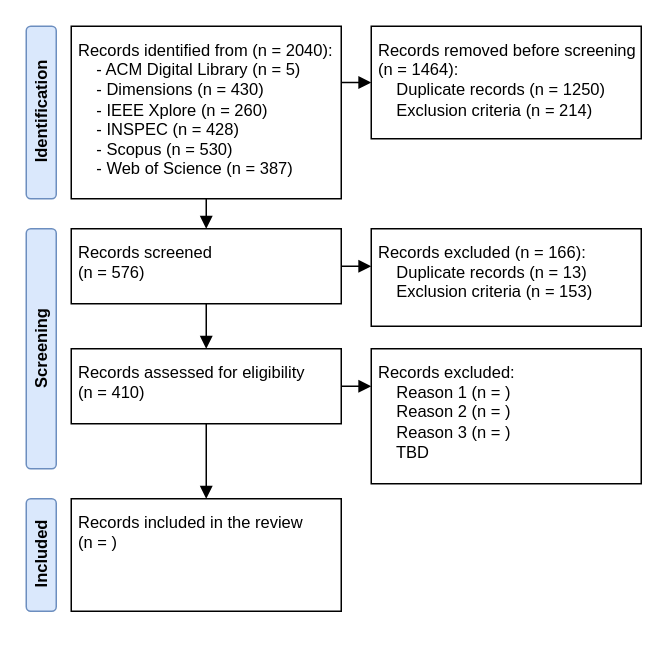
The draw.io diagram doc/diagrams/slr-ltlm-mr.drawio in sousarbarb/slr-ltlm-mr, before the edit. Source tidied: cells renumbered, new cells numbered last; positions are measured from the earlier drawing's top-left corner, leaving out a move shared by most shapes. Both pictures are drawn from the tidied source at 150%, with x=0, y=0 at pixel (-80, 26).
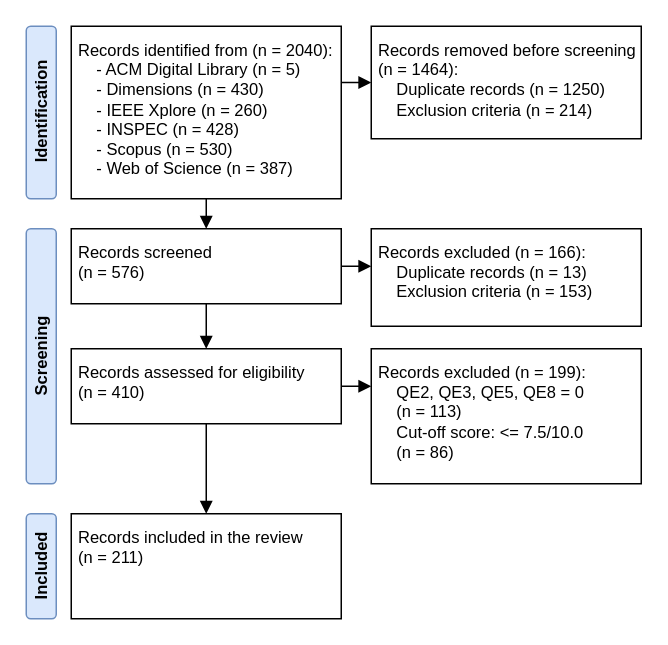
After the change.

The edit, as a diff of the source:
```diff
@@
 <mxGraphModel>
   <root>
     <mxCell id="0" />
     <mxCell id="1" parent="0" />
     <mxCell id="2" value="&lt;b style=&quot;font-size: 11px;&quot;&gt;Identification&lt;/b&gt;" style="rounded=1;whiteSpace=wrap;html=1;rotation=-90;fontSize=11;fillColor=#dae8fc;strokeColor=#6c8ebf;" parent="1" vertex="1">
       <mxGeometry x="22.5" y="47.5" width="115" height="20" as="geometry" />
     </mxCell>
     <mxCell id="3" style="edgeStyle=orthogonalEdgeStyle;rounded=0;jettySize=auto;html=1;exitX=0.5;exitY=1;exitDx=0;exitDy=0;entryX=0.5;entryY=0;entryDx=0;entryDy=0;fontSize=11;endArrow=block;endFill=1;" parent="1" edge="1" source="4" target="9">
       <mxGeometry relative="1" as="geometry" />
     </mxCell>
     <mxCell id="4" value="Records identified from (n = 2040):&lt;br style=&quot;font-size: 11px&quot;&gt;&amp;nbsp; &amp;nbsp; - ACM Digital Library (n = 5)&lt;br style=&quot;font-size: 11px&quot;&gt;&amp;nbsp; &amp;nbsp; - Dimensions (n = 430)&lt;br style=&quot;font-size: 11px&quot;&gt;&amp;nbsp; &amp;nbsp; - IEEE Xplore (n = 260)&lt;br style=&quot;font-size: 11px&quot;&gt;&amp;nbsp; &amp;nbsp; - INSPEC (n = 428)&lt;br style=&quot;font-size: 11px&quot;&gt;&amp;nbsp; &amp;nbsp; - Scopus (n = 530)&lt;br style=&quot;font-size: 11px&quot;&gt;&amp;nbsp; &amp;nbsp; - Web of Science (n = 387)" style="rounded=0;whiteSpace=wrap;html=1;align=left;spacing=5;fontSize=11;verticalAlign=top;" parent="1" vertex="1">
       <mxGeometry x="100" width="180" height="115" as="geometry" />
     </mxCell>
     <mxCell id="5" style="edgeStyle=orthogonalEdgeStyle;rounded=0;jettySize=auto;html=1;exitX=0;exitY=0.5;exitDx=0;exitDy=0;entryX=1;entryY=0.326;entryDx=0;entryDy=0;entryPerimeter=0;startArrow=block;startFill=1;endArrow=none;endFill=0;" parent="1" edge="1" source="6" target="4">
       <mxGeometry relative="1" as="geometry" />
     </mxCell>
     <mxCell id="6" value="Records removed before screening (n = 1464):&lt;br style=&quot;font-size: 11px&quot;&gt;&amp;nbsp; &amp;nbsp; Duplicate records (n = 1250)&lt;br style=&quot;font-size: 11px&quot;&gt;&amp;nbsp; &amp;nbsp; Exclusion criteria (n = 214)" style="rounded=0;whiteSpace=wrap;html=1;align=left;spacing=5;fontSize=11;verticalAlign=top;" parent="1" vertex="1">
       <mxGeometry x="300" width="180" height="75" as="geometry" />
     </mxCell>
     <mxCell id="7" style="edgeStyle=orthogonalEdgeStyle;rounded=0;jettySize=auto;html=1;exitX=0.5;exitY=1;exitDx=0;exitDy=0;entryX=0.5;entryY=0;entryDx=0;entryDy=0;fontSize=11;endArrow=block;endFill=1;" parent="1" edge="1" source="9" target="13">
       <mxGeometry relative="1" as="geometry" />
     </mxCell>
     <mxCell id="8" style="edgeStyle=orthogonalEdgeStyle;rounded=0;jettySize=auto;html=1;exitX=1;exitY=0.5;exitDx=0;exitDy=0;startArrow=none;startFill=0;endArrow=block;endFill=1;" parent="1" edge="1" source="9">
       <mxGeometry relative="1" as="geometry">
         <mxPoint x="300" y="160" as="targetPoint" />
       </mxGeometry>
     </mxCell>
     <mxCell id="9" value="Records screened&lt;br&gt;(n = 576)" style="rounded=0;whiteSpace=wrap;html=1;align=left;spacing=5;fontSize=11;verticalAlign=top;" parent="1" vertex="1">
       <mxGeometry x="100" y="135" width="180" height="50" as="geometry" />
     </mxCell>
     <mxCell id="10" value="Records excluded (n = 166):&lt;br&gt;&amp;nbsp; &amp;nbsp; Duplicate records (n = 13)&lt;br&gt;&amp;nbsp; &amp;nbsp; Exclusion criteria (n = 153)" style="rounded=0;whiteSpace=wrap;html=1;align=left;spacing=5;fontSize=11;verticalAlign=top;" parent="1" vertex="1">
       <mxGeometry x="300" y="135" width="180" height="65" as="geometry" />
     </mxCell>
     <mxCell id="11" style="edgeStyle=orthogonalEdgeStyle;rounded=0;jettySize=auto;html=1;exitX=1;exitY=0.5;exitDx=0;exitDy=0;fontSize=11;endArrow=block;endFill=1;entryX=0;entryY=0.278;entryDx=0;entryDy=0;entryPerimeter=0;" parent="1" edge="1" source="13" target="14">
       <mxGeometry relative="1" as="geometry" />
     </mxCell>
     <mxCell id="12" style="edgeStyle=orthogonalEdgeStyle;rounded=0;jettySize=auto;html=1;exitX=0.5;exitY=1;exitDx=0;exitDy=0;entryX=0.5;entryY=0;entryDx=0;entryDy=0;fontSize=11;endArrow=block;endFill=1;" parent="1" edge="1" source="13" target="16">
       <mxGeometry relative="1" as="geometry" />
     </mxCell>
     <mxCell id="13" value="Records assessed for eligibility&lt;br&gt;(n = 410)" style="rounded=0;whiteSpace=wrap;html=1;align=left;spacing=5;fontSize=11;verticalAlign=top;" parent="1" vertex="1">
       <mxGeometry x="100" y="215" width="180" height="50" as="geometry" />
     </mxCell>
-    <mxCell id="14" value="Records excluded:&lt;br&gt;&amp;nbsp; &amp;nbsp; Reason 1 (n = )&lt;br&gt;&amp;nbsp; &amp;nbsp; Reason 2 (n = )&lt;br&gt;&amp;nbsp; &amp;nbsp; Reason 3 (n = )&lt;br&gt;&amp;nbsp; &amp;nbsp; TBD" style="rounded=0;whiteSpace=wrap;html=1;align=left;spacing=5;fontSize=11;verticalAlign=top;" parent="1" vertex="1">
+    <mxCell id="14" value="Records excluded (n = 199):&lt;br&gt;&amp;nbsp; &amp;nbsp; QE2, QE3, QE5, QE8 = 0&lt;br&gt;&amp;nbsp; &amp;nbsp; (n = 113)&lt;br&gt;&amp;nbsp; &amp;nbsp; Cut-off score: &amp;lt;= 7.5/10.0&lt;br&gt;&amp;nbsp; &amp;nbsp; (n = 86)" style="rounded=0;whiteSpace=wrap;html=1;align=left;spacing=5;fontSize=11;verticalAlign=top;" parent="1" vertex="1">
       <mxGeometry x="300" y="215" width="180" height="90" as="geometry" />
     </mxCell>
     <mxCell id="15" value="&lt;b style=&quot;font-size: 11px;&quot;&gt;Screening&lt;/b&gt;" style="rounded=1;whiteSpace=wrap;html=1;rotation=-90;fontSize=11;fillColor=#dae8fc;strokeColor=#6c8ebf;" parent="1" vertex="1">
-      <mxGeometry y="205" width="160" height="20" as="geometry" />
+      <mxGeometry x="-5" y="210" width="170" height="20" as="geometry" />
     </mxCell>
-    <mxCell id="16" value="Records included in the review&lt;br&gt;(n = )" style="rounded=0;whiteSpace=wrap;html=1;align=left;spacing=5;fontSize=11;verticalAlign=top;" parent="1" vertex="1">
-      <mxGeometry x="100" y="315" width="180" height="75" as="geometry" />
+    <mxCell id="16" value="Records included in the review&lt;br&gt;(n = 211)" style="rounded=0;whiteSpace=wrap;html=1;align=left;spacing=5;fontSize=11;verticalAlign=top;" parent="1" vertex="1">
+      <mxGeometry x="100" y="325" width="180" height="70" as="geometry" />
     </mxCell>
     <mxCell id="17" value="&lt;b style=&quot;font-size: 11px;&quot;&gt;Included&lt;/b&gt;" style="rounded=1;whiteSpace=wrap;html=1;rotation=-90;fontSize=11;fillColor=#dae8fc;strokeColor=#6c8ebf;" parent="1" vertex="1">
-      <mxGeometry x="42.5" y="342.5" width="75" height="20" as="geometry" />
+      <mxGeometry x="45" y="350" width="70" height="20" as="geometry" />
     </mxCell>
   </root>
 </mxGraphModel>
```
